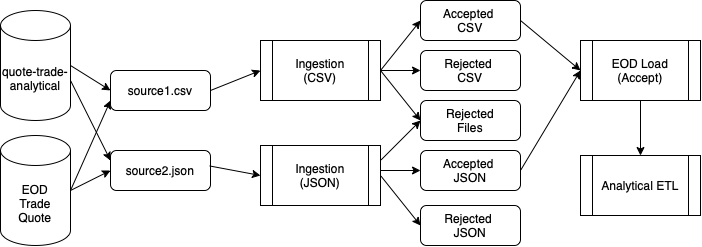
Earlier version of the draw.io export guided_capstone_project.drawio.png (Andy-Pham-72/Azure-End-to-End-project-1). Source tidied: cells renumbered, new cells last; positions are measured from the earlier drawing's top-left corner, leaving out a move shared by most shapes.
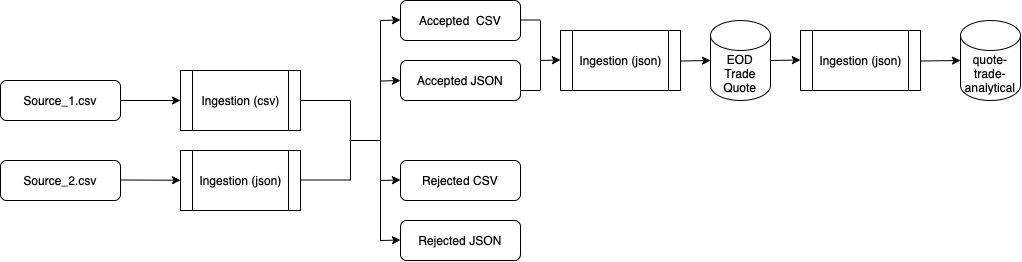
The same diagram one commit later.

Change to the diagram source:
```diff
@@ -1,112 +1,147 @@
 <mxGraphModel>
   <root>
-    <mxCell id="0" />
-    <mxCell id="1" parent="0" />
-    <mxCell id="2" value="Analytical ETL" style="shape=process;whiteSpace=wrap;html=1;backgroundOutline=1;" parent="1" vertex="1">
-      <mxGeometry x="580" y="155" width="120" height="60" as="geometry" />
-    </mxCell>
-    <mxCell id="3" value="EOD Load&lt;br&gt;(Accept)" style="shape=process;whiteSpace=wrap;html=1;backgroundOutline=1;" parent="1" vertex="1">
-      <mxGeometry x="580" y="40" width="120" height="60" as="geometry" />
-    </mxCell>
-    <mxCell id="4" value="Ingestion&lt;br&gt;(CSV)" style="shape=process;whiteSpace=wrap;html=1;backgroundOutline=1;" parent="1" vertex="1">
-      <mxGeometry x="260" y="40" width="120" height="60" as="geometry" />
-    </mxCell>
-    <mxCell id="5" value="Ingestion&lt;br&gt;(JSON)" style="shape=process;whiteSpace=wrap;html=1;backgroundOutline=1;" parent="1" vertex="1">
-      <mxGeometry x="260" y="145" width="120" height="60" as="geometry" />
-    </mxCell>
-    <mxCell id="6" value="EOD&lt;br&gt;Trade&lt;br&gt;Quote" style="shape=cylinder3;whiteSpace=wrap;html=1;boundedLbl=1;backgroundOutline=1;size=15;" parent="1" vertex="1">
-      <mxGeometry y="135" width="70" height="110" as="geometry" />
-    </mxCell>
-    <mxCell id="7" value="quote-trade-&lt;br&gt;analytical" style="shape=cylinder3;whiteSpace=wrap;html=1;boundedLbl=1;backgroundOutline=1;size=15;" parent="1" vertex="1">
-      <mxGeometry y="10" width="70" height="110" as="geometry" />
-    </mxCell>
-    <mxCell id="8" value="Rejected&lt;br&gt;Files" style="rounded=1;whiteSpace=wrap;html=1;" parent="1" vertex="1">
-      <mxGeometry x="420" y="100" width="100" height="40" as="geometry" />
-    </mxCell>
-    <mxCell id="9" value="source1.csv" style="rounded=1;whiteSpace=wrap;html=1;" parent="1" vertex="1">
-      <mxGeometry x="110" y="70" width="100" height="40" as="geometry" />
-    </mxCell>
-    <mxCell id="10" value="source2.json" style="rounded=1;whiteSpace=wrap;html=1;" parent="1" vertex="1">
-      <mxGeometry x="110" y="150" width="100" height="40" as="geometry" />
-    </mxCell>
+    <mxCell id="30" />
+    <mxCell id="31" parent="30" />
+    <mxCell id="32" value="Source_1.csv" style="rounded=1;whiteSpace=wrap;html=1;fontSize=12;glass=0;strokeWidth=1;shadow=0;" parent="31" vertex="1">
+      <mxGeometry x="30" y="90" width="120" height="40" as="geometry" />
+    </mxCell>
+    <mxCell id="33" value="Source_2.csv" style="rounded=1;whiteSpace=wrap;html=1;fontSize=12;glass=0;strokeWidth=1;shadow=0;" parent="31" vertex="1">
+      <mxGeometry x="30" y="170" width="120" height="40" as="geometry" />
+    </mxCell>
+    <mxCell id="34" style="endArrow=classic;html=1;rounded=0;" parent="31" edge="1">
+      <mxGeometry relative="1" as="geometry">
+        <mxPoint x="150" y="110" as="sourcePoint" />
+        <mxPoint x="210" y="110" as="targetPoint" />
+      </mxGeometry>
+    </mxCell>
+    <mxCell id="35" style="endArrow=classic;html=1;rounded=0;" parent="31" edge="1" target="36">
+      <mxGeometry relative="1" as="geometry">
+        <mxPoint x="150" y="189.5" as="sourcePoint" />
+      </mxGeometry>
+    </mxCell>
+    <mxCell id="36" value="Ingestion (json)" style="shape=process;whiteSpace=wrap;html=1;backgroundOutline=1;" parent="31" vertex="1">
+      <mxGeometry x="210" y="160" width="120" height="60" as="geometry" />
+    </mxCell>
+    <mxCell id="37" value="Ingestion (csv)" style="shape=process;whiteSpace=wrap;html=1;backgroundOutline=1;" parent="31" vertex="1">
+      <mxGeometry x="210" y="80" width="120" height="60" as="geometry" />
+    </mxCell>
+    <mxCell id="38" style="endArrow=none;html=1;rounded=0;" parent="31" edge="1">
+      <mxGeometry relative="1" as="geometry">
+        <mxPoint x="330" y="110" as="sourcePoint" />
+        <mxPoint x="380" y="110" as="targetPoint" />
+      </mxGeometry>
+    </mxCell>
+    <mxCell id="39" style="endArrow=none;html=1;rounded=0;" parent="31" edge="1">
+      <mxGeometry relative="1" as="geometry">
+        <mxPoint x="330" y="189.5" as="sourcePoint" />
+        <mxPoint x="380" y="189.5" as="targetPoint" />
+      </mxGeometry>
+    </mxCell>
+    <mxCell id="40" style="endArrow=none;html=1;rounded=0;" parent="31" edge="1">
+      <mxGeometry relative="1" as="geometry">
+        <mxPoint x="380" y="190" as="sourcePoint" />
+        <mxPoint x="380" y="110" as="targetPoint" />
+      </mxGeometry>
+    </mxCell>
+    <mxCell id="41" style="endArrow=none;html=1;rounded=0;" parent="31" edge="1">
+      <mxGeometry relative="1" as="geometry">
+        <mxPoint x="379" y="150" as="sourcePoint" />
+        <mxPoint x="410" y="150" as="targetPoint" />
+      </mxGeometry>
+    </mxCell>
+    <mxCell id="42" style="endArrow=none;html=1;rounded=0;" parent="31" edge="1">
+      <mxGeometry relative="1" as="geometry">
+        <mxPoint x="410" y="250" as="sourcePoint" />
+        <mxPoint x="410" y="30" as="targetPoint" />
+      </mxGeometry>
+    </mxCell>
-    <mxCell id="11" value="Accepted&amp;nbsp;&lt;br&gt;CSV" style="rounded=1;whiteSpace=wrap;html=1;" parent="1" vertex="1">
-      <mxGeometry x="420" width="100" height="40" as="geometry" />
+    <mxCell id="11" value="Accepted &amp;nbsp;CSV" style="rounded=1;whiteSpace=wrap;html=1;fontSize=12;glass=0;strokeWidth=1;shadow=0;" parent="31" vertex="1">
+      <mxGeometry x="430" y="10" width="120" height="40" as="geometry" />
     </mxCell>
+    <mxCell id="14" value="Accepted JSON" style="rounded=1;whiteSpace=wrap;html=1;fontSize=12;glass=0;strokeWidth=1;shadow=0;" parent="31" vertex="1">
+      <mxGeometry x="430" y="70" width="120" height="40" as="geometry" />
+    </mxCell>
-    <mxCell id="12" value="Rejected&amp;nbsp;&lt;br&gt;CSV" style="rounded=1;whiteSpace=wrap;html=1;" parent="1" vertex="1">
-      <mxGeometry x="420" y="50" width="100" height="40" as="geometry" />
+    <mxCell id="12" value="Rejected CSV" style="rounded=1;whiteSpace=wrap;html=1;fontSize=12;glass=0;strokeWidth=1;shadow=0;" parent="31" vertex="1">
+      <mxGeometry x="430" y="170" width="120" height="40" as="geometry" />
     </mxCell>
-    <mxCell id="13" value="Rejected&amp;nbsp;&lt;br&gt;JSON" style="rounded=1;whiteSpace=wrap;html=1;" parent="1" vertex="1">
-      <mxGeometry x="420" y="205" width="100" height="40" as="geometry" />
+    <mxCell id="13" value="Rejected JSON" style="rounded=1;whiteSpace=wrap;html=1;fontSize=12;glass=0;strokeWidth=1;shadow=0;" parent="31" vertex="1">
+      <mxGeometry x="430" y="230" width="120" height="40" as="geometry" />
     </mxCell>
-    <mxCell id="14" value="Accepted&amp;nbsp;&lt;br&gt;JSON" style="rounded=1;whiteSpace=wrap;html=1;" parent="1" vertex="1">
-      <mxGeometry x="420" y="150" width="100" height="40" as="geometry" />
-    </mxCell>
-    <mxCell id="15" style="endArrow=classic;html=1;rounded=0;entryX=0;entryY=0.5;entryDx=0;entryDy=0;exitX=1;exitY=0.5;exitDx=0;exitDy=0;exitPerimeter=0;" parent="1" edge="1" source="7" target="9">
-      <mxGeometry relative="1" as="geometry" />
-    </mxCell>
-    <mxCell id="16" style="endArrow=classic;html=1;rounded=0;entryX=0;entryY=0.5;entryDx=0;entryDy=0;exitX=1;exitY=0.5;exitDx=0;exitDy=0;exitPerimeter=0;" parent="1" edge="1" source="6" target="10">
-      <mxGeometry relative="1" as="geometry" />
-    </mxCell>
-    <mxCell id="17" style="endArrow=classic;html=1;rounded=0;entryX=0;entryY=0.5;entryDx=0;entryDy=0;exitX=1;exitY=0.5;exitDx=0;exitDy=0;" parent="1" edge="1" source="9" target="4">
-      <mxGeometry relative="1" as="geometry" />
-    </mxCell>
-    <mxCell id="18" style="endArrow=classic;html=1;rounded=0;entryX=0;entryY=0.5;entryDx=0;entryDy=0;exitX=0.99;exitY=0.386;exitDx=0;exitDy=0;exitPerimeter=0;" parent="1" edge="1" source="10" target="5">
-      <mxGeometry relative="1" as="geometry" />
-    </mxCell>
-    <mxCell id="19" style="endArrow=classic;html=1;rounded=0;entryX=0;entryY=0.5;entryDx=0;entryDy=0;" parent="1" edge="1" target="11">
-      <mxGeometry relative="1" as="geometry">
-        <mxPoint x="380" y="70" as="sourcePoint" />
-      </mxGeometry>
-    </mxCell>
-    <mxCell id="20" style="endArrow=classic;html=1;rounded=0;entryX=0;entryY=0.5;entryDx=0;entryDy=0;" parent="1" edge="1" target="14">
-      <mxGeometry relative="1" as="geometry">
-        <mxPoint x="380" y="170" as="sourcePoint" />
-      </mxGeometry>
-    </mxCell>
-    <mxCell id="21" style="endArrow=classic;html=1;rounded=0;entryX=0;entryY=0.5;entryDx=0;entryDy=0;exitX=1;exitY=0.5;exitDx=0;exitDy=0;" parent="1" edge="1" source="5" target="13">
-      <mxGeometry relative="1" as="geometry" />
-    </mxCell>
-    <mxCell id="22" style="endArrow=classic;html=1;rounded=0;entryX=0;entryY=0.5;entryDx=0;entryDy=0;" parent="1" edge="1" target="12">
-      <mxGeometry relative="1" as="geometry">
-        <mxPoint x="380" y="70" as="sourcePoint" />
-      </mxGeometry>
-    </mxCell>
-    <mxCell id="23" style="endArrow=classic;html=1;rounded=0;entryX=0;entryY=0.5;entryDx=0;entryDy=0;" parent="1" edge="1" target="8">
-      <mxGeometry relative="1" as="geometry">
-        <mxPoint x="380" y="160" as="sourcePoint" />
-      </mxGeometry>
-    </mxCell>
-    <mxCell id="24" style="endArrow=classic;html=1;rounded=0;" parent="1" edge="1">
-      <mxGeometry relative="1" as="geometry">
-        <mxPoint x="380" y="70" as="sourcePoint" />
-        <mxPoint x="420" y="120" as="targetPoint" />
-      </mxGeometry>
-    </mxCell>
-    <mxCell id="25" style="endArrow=classic;html=1;rounded=0;entryX=0;entryY=0.5;entryDx=0;entryDy=0;" parent="1" edge="1" target="3">
-      <mxGeometry relative="1" as="geometry">
-        <mxPoint x="520" y="20" as="sourcePoint" />
-      </mxGeometry>
-    </mxCell>
-    <mxCell id="26" style="endArrow=classic;html=1;rounded=0;" parent="1" edge="1">
-      <mxGeometry relative="1" as="geometry">
-        <mxPoint x="520" y="170" as="sourcePoint" />
-        <mxPoint x="580" y="70" as="targetPoint" />
-      </mxGeometry>
-    </mxCell>
-    <mxCell id="27" style="endArrow=classic;html=1;rounded=0;entryX=0.5;entryY=0;entryDx=0;entryDy=0;" parent="1" edge="1" target="2">
-      <mxGeometry relative="1" as="geometry">
-        <mxPoint x="640" y="100" as="sourcePoint" />
-      </mxGeometry>
-    </mxCell>
-    <mxCell id="28" style="endArrow=classic;html=1;rounded=0;entryX=0;entryY=0.75;entryDx=0;entryDy=0;" parent="1" edge="1" target="9">
-      <mxGeometry relative="1" as="geometry">
-        <mxPoint x="70" y="190" as="sourcePoint" />
-      </mxGeometry>
-    </mxCell>
-    <mxCell id="29" style="endArrow=classic;html=1;rounded=0;entryX=0;entryY=0.25;entryDx=0;entryDy=0;" parent="1" edge="1" target="10">
-      <mxGeometry relative="1" as="geometry">
-        <mxPoint x="70" y="80" as="sourcePoint" />
-      </mxGeometry>
-    </mxCell>
+    <mxCell id="43" style="endArrow=classic;html=1;rounded=0;" parent="31" edge="1">
+      <mxGeometry relative="1" as="geometry">
+        <mxPoint x="410" y="190" as="sourcePoint" />
+        <mxPoint x="430" y="189.5" as="targetPoint" />
+      </mxGeometry>
+    </mxCell>
+    <mxCell id="44" style="endArrow=classic;html=1;rounded=0;" parent="31" edge="1">
+      <mxGeometry relative="1" as="geometry">
+        <mxPoint x="410" y="250" as="sourcePoint" />
+        <mxPoint x="430" y="249.5" as="targetPoint" />
+      </mxGeometry>
+    </mxCell>
+    <mxCell id="45" style="endArrow=classic;html=1;rounded=0;" parent="31" edge="1">
+      <mxGeometry relative="1" as="geometry">
+        <mxPoint x="410" y="90.5" as="sourcePoint" />
+        <mxPoint x="430" y="90" as="targetPoint" />
+      </mxGeometry>
+    </mxCell>
+    <mxCell id="46" style="endArrow=classic;html=1;rounded=0;" parent="31" edge="1">
+      <mxGeometry relative="1" as="geometry">
+        <mxPoint x="410" y="30" as="sourcePoint" />
+        <mxPoint x="430" y="29.5" as="targetPoint" />
+      </mxGeometry>
+    </mxCell>
+    <mxCell id="47" style="endArrow=none;html=1;rounded=0;" parent="31" edge="1">
+      <mxGeometry relative="1" as="geometry">
+        <mxPoint x="570" y="100" as="sourcePoint" />
+        <mxPoint x="570" y="30" as="targetPoint" />
+      </mxGeometry>
+    </mxCell>
+    <mxCell id="48" style="endArrow=none;html=1;rounded=0;" parent="31" edge="1">
+      <mxGeometry relative="1" as="geometry">
+        <mxPoint x="550" y="100" as="sourcePoint" />
+        <mxPoint x="570" y="100" as="targetPoint" />
+      </mxGeometry>
+    </mxCell>
+    <mxCell id="49" style="endArrow=none;html=1;rounded=0;" parent="31" edge="1">
+      <mxGeometry relative="1" as="geometry">
+        <mxPoint x="550" y="29.5" as="sourcePoint" />
+        <mxPoint x="570" y="29.5" as="targetPoint" />
+      </mxGeometry>
+    </mxCell>
+    <mxCell id="50" value="Ingestion (json)" style="shape=process;whiteSpace=wrap;html=1;backgroundOutline=1;" parent="31" vertex="1">
+      <mxGeometry x="590" y="40" width="120" height="60" as="geometry" />
+    </mxCell>
+    <mxCell id="6" value="EOD&lt;br&gt;Trade&lt;br&gt;Quote" style="shape=cylinder3;whiteSpace=wrap;html=1;boundedLbl=1;backgroundOutline=1;size=15;" parent="31" vertex="1">
+      <mxGeometry x="740" y="30" width="60" height="80" as="geometry" />
+    </mxCell>
+    <mxCell id="51" value="Ingestion (json)" style="shape=process;whiteSpace=wrap;html=1;backgroundOutline=1;" parent="31" vertex="1">
+      <mxGeometry x="830" y="40" width="120" height="60" as="geometry" />
+    </mxCell>
+    <mxCell id="52" value="quote-&lt;br&gt;trade-&lt;br&gt;analytical" style="shape=cylinder3;whiteSpace=wrap;html=1;boundedLbl=1;backgroundOutline=1;size=15;" parent="31" vertex="1">
+      <mxGeometry x="990" y="30" width="60" height="80" as="geometry" />
+    </mxCell>
+    <mxCell id="53" style="endArrow=classic;html=1;rounded=0;" parent="31" edge="1">
+      <mxGeometry relative="1" as="geometry">
+        <mxPoint x="570" y="70" as="sourcePoint" />
+        <mxPoint x="590" y="69.5" as="targetPoint" />
+      </mxGeometry>
+    </mxCell>
+    <mxCell id="54" style="endArrow=classic;html=1;rounded=0;entryX=0;entryY=0.5;entryDx=0;entryDy=0;entryPerimeter=0;" parent="31" edge="1" target="6">
+      <mxGeometry relative="1" as="geometry">
+        <mxPoint x="710" y="70.5" as="sourcePoint" />
+      </mxGeometry>
+    </mxCell>
+    <mxCell id="55" style="endArrow=classic;html=1;rounded=0;entryX=0;entryY=0.5;entryDx=0;entryDy=0;entryPerimeter=0;" parent="31" edge="1">
+      <mxGeometry relative="1" as="geometry">
+        <mxPoint x="800" y="70" as="sourcePoint" />
+        <mxPoint x="830" y="69.5" as="targetPoint" />
+      </mxGeometry>
+    </mxCell>
+    <mxCell id="56" style="endArrow=classic;html=1;rounded=0;entryX=0;entryY=0.5;entryDx=0;entryDy=0;entryPerimeter=0;" parent="31" edge="1" target="52">
+      <mxGeometry relative="1" as="geometry">
+        <mxPoint x="950" y="70.5" as="sourcePoint" />
+      </mxGeometry>
+    </mxCell>
   </root>
 </mxGraphModel>
```
